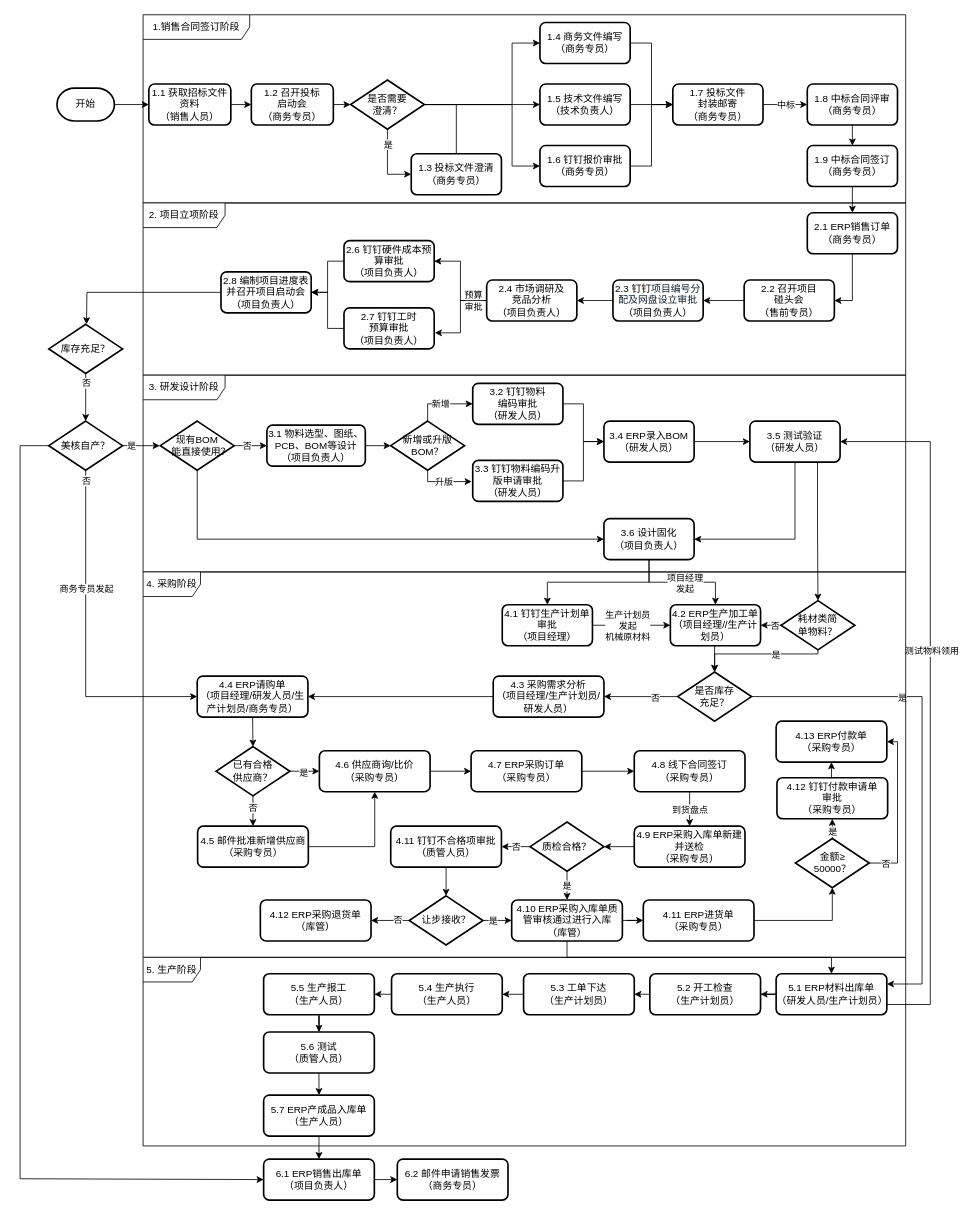
Above: 美核电气项目生产采购流程图.drawio in eltweiyao/app-diagrams (draw.io), before the change. Source tidied: cells renumbered, new cells numbered last; positions are measured from the earlier drawing's top-left corner, leaving out a move shared by most shapes. Both pictures are drawn from the tidied source at 82%, with x=0, y=0 at pixel (20, 14).
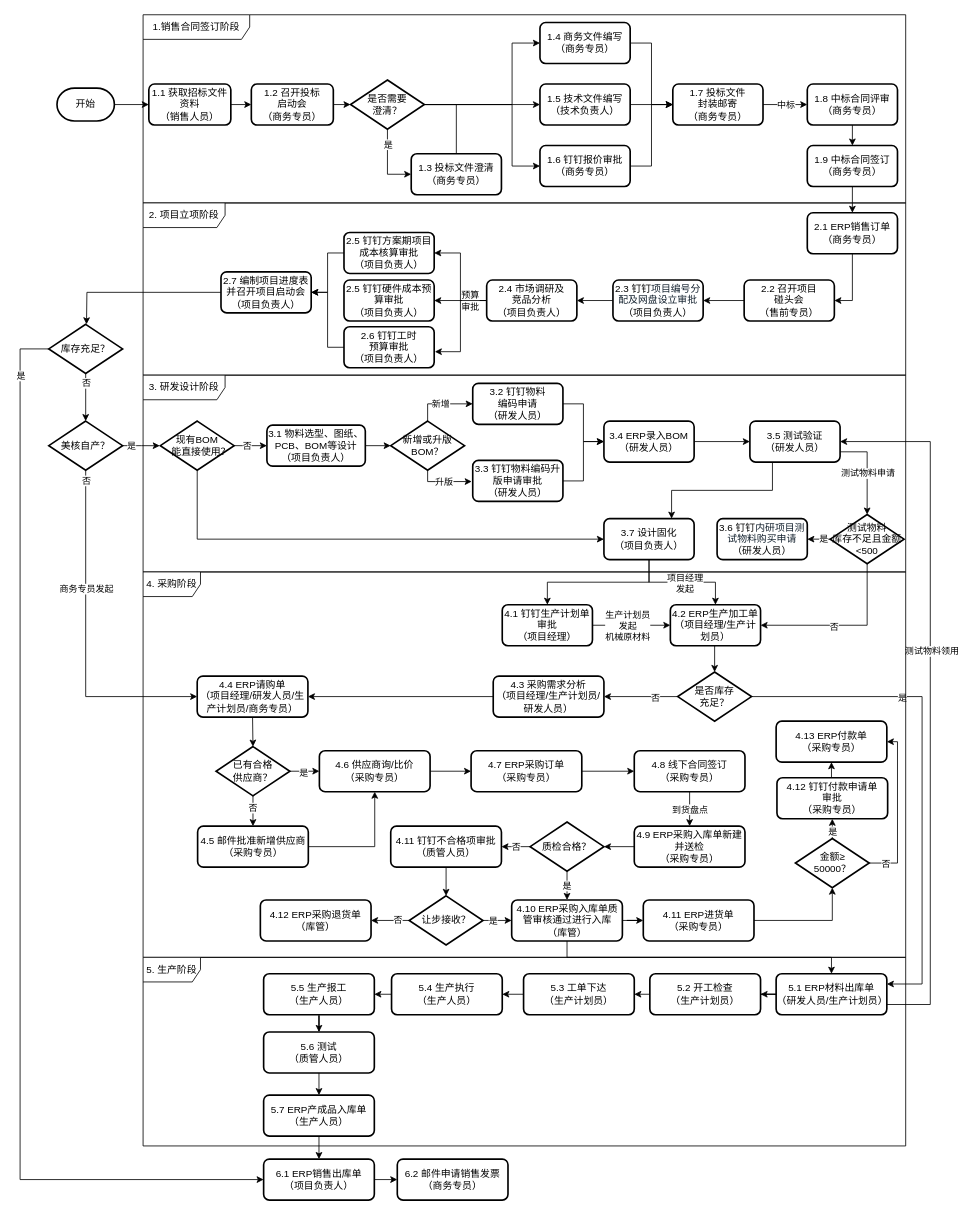
Above is the later version.

Commit message:
更新美核电气项目生产采购流程图.drawio

The change refers to these unchanged cells:
```xml
<mxCell id="25" value="2.4 市场调研及&lt;br&gt;竞品分析&lt;br&gt;（项目负责人）" style="rounded=1;whiteSpace=wrap;html=1;absoluteArcSize=1;arcSize=14;strokeWidth=2;" parent="1" vertex="1">
  <mxGeometry x="569" y="324" width="110" height="50" as="geometry" />
</mxCell>
<mxCell id="63" value="美核自产？" style="strokeWidth=2;html=1;shape=mxgraph.flowchart.decision;whiteSpace=wrap;" parent="1" vertex="1">
  <mxGeometry x="35" y="496" width="90" height="60" as="geometry" />
</mxCell>
<mxCell id="73" value="3.5 测试验证&lt;br&gt;（研发人员）" style="rounded=1;whiteSpace=wrap;html=1;absoluteArcSize=1;arcSize=14;strokeWidth=2;" parent="1" vertex="1">
  <mxGeometry x="890" y="496" width="110" height="50" as="geometry" />
</mxCell>
<mxCell id="74" value="库存充足？" style="strokeWidth=2;html=1;shape=mxgraph.flowchart.decision;whiteSpace=wrap;" parent="1" vertex="1">
  <mxGeometry x="35" y="378" width="90" height="60" as="geometry" />
</mxCell>
<mxCell id="79" value="6.1 ERP销售出库单&lt;br&gt;（项目负责人）" style="rounded=1;whiteSpace=wrap;html=1;absoluteArcSize=1;arcSize=14;strokeWidth=2;" parent="1" vertex="1">
  <mxGeometry x="297" y="1396" width="135" height="50" as="geometry" />
</mxCell>
<mxCell id="90" value="是否库存&lt;br&gt;充足？" style="strokeWidth=2;html=1;shape=mxgraph.flowchart.decision;whiteSpace=wrap;" parent="1" vertex="1">
  <mxGeometry x="802" y="802" width="90" height="60" as="geometry" />
</mxCell>
```

What changed in the source:
```diff
@@
+    <mxCell id="162" style="edgeStyle=orthogonalEdgeStyle;rounded=0;jettySize=auto;html=1;exitX=0;exitY=0.5;exitDx=0;exitDy=0;entryX=1;entryY=0.5;entryDx=0;entryDy=0;" parent="1" edge="1" source="25" target="164">
+      <mxGeometry relative="1" as="geometry" />
+    </mxCell>
@@
-    <mxCell id="34" value="2.8 编制项目进度表并召开项目启动会&lt;br&gt;（项目负责人）" style="rounded=1;whiteSpace=wrap;html=1;absoluteArcSize=1;arcSize=14;strokeWidth=2;" parent="1" vertex="1">
+    <mxCell id="34" value="2.7 编制项目进度表并召开项目启动会&lt;br&gt;（项目负责人）" style="rounded=1;whiteSpace=wrap;html=1;absoluteArcSize=1;arcSize=14;strokeWidth=2;" parent="1" vertex="1">
       <mxGeometry x="245" y="314" width="110" height="50" as="geometry" />
     </mxCell>
+    <mxCell id="163" style="edgeStyle=orthogonalEdgeStyle;rounded=0;jettySize=auto;html=1;exitX=0;exitY=0.5;exitDx=0;exitDy=0;entryX=1;entryY=0.5;entryDx=0;entryDy=0;" parent="1" edge="1" source="164" target="34">
+      <mxGeometry relative="1" as="geometry" />
+    </mxCell>
+    <mxCell id="164" value="2.5 钉钉方案期项目成本核算审批&lt;br&gt;（项目负责人）" style="rounded=1;whiteSpace=wrap;html=1;absoluteArcSize=1;arcSize=14;strokeWidth=2;" parent="1" vertex="1">
+      <mxGeometry x="395" y="266" width="110" height="50" as="geometry" />
+    </mxCell>
@@
-    <mxCell id="36" value="2.7 钉钉工时&lt;br&gt;预算审批&lt;br&gt;（项目负责人）" style="rounded=1;whiteSpace=wrap;html=1;absoluteArcSize=1;arcSize=14;strokeWidth=2;" parent="1" vertex="1">
-      <mxGeometry x="395" y="358" width="110" height="50" as="geometry" />
+    <mxCell id="36" value="2.6 钉钉工时&lt;br&gt;预算审批&lt;br&gt;（项目负责人）" style="rounded=1;whiteSpace=wrap;html=1;absoluteArcSize=1;arcSize=14;strokeWidth=2;" parent="1" vertex="1">
+      <mxGeometry x="395" y="381" width="110" height="50" as="geometry" />
     </mxCell>
@@
-    <mxCell id="43" value="3.2 钉钉物料&lt;br&gt;编码审批&lt;br&gt;（研发人员）" style="rounded=1;whiteSpace=wrap;html=1;absoluteArcSize=1;arcSize=14;strokeWidth=2;" parent="1" vertex="1">
+    <mxCell id="43" value="3.2 钉钉物料&lt;br&gt;编码申请&lt;br&gt;（研发人员）" style="rounded=1;whiteSpace=wrap;html=1;absoluteArcSize=1;arcSize=14;strokeWidth=2;" parent="1" vertex="1">
       <mxGeometry x="552" y="450" width="110" height="50" as="geometry" />
     </mxCell>
@@
-    <mxCell id="54" value="3.6 设计固化&lt;br&gt;（项目负责人）" style="rounded=1;whiteSpace=wrap;html=1;absoluteArcSize=1;arcSize=14;strokeWidth=2;" parent="1" vertex="1">
+    <mxCell id="54" value="3.7 设计固化&lt;br&gt;（项目负责人）" style="rounded=1;whiteSpace=wrap;html=1;absoluteArcSize=1;arcSize=14;strokeWidth=2;" parent="1" vertex="1">
       <mxGeometry x="712" y="615" width="110" height="50" as="geometry" />
     </mxCell>
@@
-    <mxCell id="62" style="edgeStyle=orthogonalEdgeStyle;rounded=0;jettySize=auto;html=1;exitX=0;exitY=0.5;exitDx=0;exitDy=0;exitPerimeter=0;entryX=0;entryY=0.5;entryDx=0;entryDy=0;" parent="1" edge="1" source="63" target="79">
-      <mxGeometry relative="1" as="geometry">
-        <Array as="points">
-          <mxPoint y="526" />
-          <mxPoint y="1420" />
-          <mxPoint x="297" y="1420" />
-        </Array>
-      </mxGeometry>
-    </mxCell>
@@
-    <mxCell id="72" style="edgeStyle=orthogonalEdgeStyle;rounded=0;jettySize=auto;html=1;exitX=0.5;exitY=1;exitDx=0;exitDy=0;entryX=1;entryY=0.5;entryDx=0;entryDy=0;" parent="1" edge="1" source="73" target="54">
+    <mxCell id="72" style="edgeStyle=orthogonalEdgeStyle;rounded=0;jettySize=auto;html=1;exitX=0.25;exitY=1;exitDx=0;exitDy=0;entryX=0.75;entryY=0;entryDx=0;entryDy=0;" parent="1" edge="1" source="73" target="54">
       <mxGeometry relative="1" as="geometry" />
     </mxCell>
@@
+    <mxCell id="165" style="edgeStyle=orthogonalEdgeStyle;rounded=0;jettySize=auto;html=1;exitX=0;exitY=0.5;exitDx=0;exitDy=0;exitPerimeter=0;entryX=0;entryY=0.5;entryDx=0;entryDy=0;" parent="1" edge="1" source="74" target="79">
+      <mxGeometry relative="1" as="geometry">
+        <Array as="points">
+          <mxPoint y="408" />
+          <mxPoint y="1421.1" />
+        </Array>
+      </mxGeometry>
+    </mxCell>
+    <mxCell id="166" value="是" style="edgeLabel;html=1;align=center;verticalAlign=middle;" parent="165" vertex="1">
+      <mxGeometry x="-0.9" relative="1" as="geometry" />
+    </mxCell>
@@
-    <mxCell id="83" value="4.2 ERP生产加工单&lt;br&gt;（项目经理//生产计划员）" style="rounded=1;whiteSpace=wrap;html=1;absoluteArcSize=1;arcSize=14;strokeWidth=2;" parent="1" vertex="1">
+    <mxCell id="83" value="4.2 ERP生产加工单&lt;br&gt;（项目经理/生产计划员）" style="rounded=1;whiteSpace=wrap;html=1;absoluteArcSize=1;arcSize=14;strokeWidth=2;" parent="1" vertex="1">
       <mxGeometry x="793" y="720" width="110" height="50" as="geometry" />
     </mxCell>
@@
-    <mxCell id="96" style="edgeStyle=orthogonalEdgeStyle;rounded=0;jettySize=auto;html=1;exitX=0;exitY=0.5;exitDx=0;exitDy=0;exitPerimeter=0;entryX=1;entryY=0.5;entryDx=0;entryDy=0;" parent="1" edge="1" source="98" target="83">
-      <mxGeometry relative="1" as="geometry" />
-    </mxCell>
-    <mxCell id="97" value="否" style="edgeLabel;html=1;align=center;verticalAlign=middle;" parent="96" vertex="1">
-      <mxGeometry x="-0.35" y="-1" relative="1" as="geometry">
-        <mxPoint y="1" as="offset" />
-      </mxGeometry>
-    </mxCell>
-    <mxCell id="98" value="耗材类简&lt;br&gt;单物料？" style="strokeWidth=2;html=1;shape=mxgraph.flowchart.decision;whiteSpace=wrap;" parent="1" vertex="1">
-      <mxGeometry x="928" y="715" width="90" height="60" as="geometry" />
-    </mxCell>
-    <mxCell id="99" style="edgeStyle=orthogonalEdgeStyle;rounded=0;jettySize=auto;html=1;exitX=0.75;exitY=1;exitDx=0;exitDy=0;entryX=0.5;entryY=0;entryDx=0;entryDy=0;entryPerimeter=0;" parent="1" edge="1" source="73" target="98">
-      <mxGeometry relative="1" as="geometry" />
-    </mxCell>
@@
-    <mxCell id="127" style="edgeStyle=orthogonalEdgeStyle;rounded=0;jettySize=auto;html=1;exitX=0.5;exitY=1;exitDx=0;exitDy=0;exitPerimeter=0;entryX=0.5;entryY=0;entryDx=0;entryDy=0;entryPerimeter=0;" parent="1" edge="1" source="98" target="90">
-      <mxGeometry relative="1" as="geometry">
-        <Array as="points">
-          <mxPoint x="973" y="780" />
-          <mxPoint x="847" y="780" />
-        </Array>
-      </mxGeometry>
-    </mxCell>
-    <mxCell id="128" value="是" style="edgeLabel;html=1;align=center;verticalAlign=middle;" parent="127" vertex="1">
-      <mxGeometry x="-0.25" relative="1" as="geometry" />
-    </mxCell>
@@
-    <mxCell id="132" style="edgeStyle=orthogonalEdgeStyle;rounded=0;jettySize=auto;html=1;exitX=0;exitY=0.5;exitDx=0;exitDy=0;entryX=1;entryY=0.5;entryDx=0;entryDy=0;" parent="1" edge="1" source="133" target="34">
-      <mxGeometry relative="1" as="geometry" />
-    </mxCell>
-    <mxCell id="133" value="2.6 钉钉硬件成本预算审批&lt;br&gt;（项目负责人）" style="rounded=1;whiteSpace=wrap;html=1;absoluteArcSize=1;arcSize=14;strokeWidth=2;" parent="1" vertex="1">
-      <mxGeometry x="395" y="276" width="110" height="50" as="geometry" />
+    <mxCell id="133" value="2.5 钉钉硬件成本预算审批&lt;br&gt;（项目负责人）" style="rounded=1;whiteSpace=wrap;html=1;absoluteArcSize=1;arcSize=14;strokeWidth=2;" parent="1" vertex="1">
+      <mxGeometry x="395" y="324" width="110" height="50" as="geometry" />
     </mxCell>
@@
+    <mxCell id="167" style="edgeStyle=orthogonalEdgeStyle;rounded=0;jettySize=auto;html=1;exitX=0;exitY=0.5;exitDx=0;exitDy=0;exitPerimeter=0;entryX=1;entryY=0.5;entryDx=0;entryDy=0;" parent="1" edge="1" source="169" target="172">
+      <mxGeometry relative="1" as="geometry" />
+    </mxCell>
+    <mxCell id="168" value="是" style="edgeLabel;html=1;align=center;verticalAlign=middle;" parent="167" vertex="1">
+      <mxGeometry x="-0.39" y="-1" relative="1" as="geometry" />
+    </mxCell>
+    <mxCell id="169" value="测试物料&lt;br&gt;库存不足且金额&amp;lt;500" style="strokeWidth=2;html=1;shape=mxgraph.flowchart.decision;whiteSpace=wrap;" parent="1" vertex="1">
+      <mxGeometry x="988" y="610" width="90" height="60" as="geometry" />
+    </mxCell>
+    <mxCell id="170" style="edgeStyle=orthogonalEdgeStyle;rounded=0;jettySize=auto;html=1;exitX=1;exitY=0.75;exitDx=0;exitDy=0;entryX=0.5;entryY=0;entryDx=0;entryDy=0;entryPerimeter=0;" parent="1" edge="1" source="73" target="169">
+      <mxGeometry relative="1" as="geometry" />
+    </mxCell>
+    <mxCell id="171" value="测试物料申请" style="edgeLabel;html=1;align=center;verticalAlign=middle;" parent="170" vertex="1">
+      <mxGeometry x="-0.17" relative="1" as="geometry">
+        <mxPoint y="14" as="offset" />
+      </mxGeometry>
+    </mxCell>
+    <mxCell id="172" value="3.6 钉钉&lt;span style=&quot;color: rgb(17, 31, 44); font-family: &amp;quot;PingFang SC&amp;quot;, &amp;quot;Microsoft Yahei&amp;quot;, 微软雅黑, &amp;quot;Lucida Grande&amp;quot;, &amp;quot;Lucida Sans Unicode&amp;quot;, Helvetica, Arial, Verdana, sans-serif; text-align: start; background-color: rgb(255, 255, 255);&quot;&gt;&lt;font&gt;内研项目测试物&lt;/font&gt;&lt;/span&gt;&lt;span style=&quot;color: rgb(17, 31, 44); font-family: &amp;quot;PingFang SC&amp;quot;, &amp;quot;Microsoft Yahei&amp;quot;, 微软雅黑, &amp;quot;Lucida Grande&amp;quot;, &amp;quot;Lucida Sans Unicode&amp;quot;, Helvetica, Arial, Verdana, sans-serif; text-align: start; background-color: rgb(255, 255, 255);&quot;&gt;&lt;font&gt;料购买申请&lt;/font&gt;&lt;/span&gt;&lt;br&gt;（研发人员）" style="rounded=1;whiteSpace=wrap;html=1;absoluteArcSize=1;arcSize=14;strokeWidth=2;" parent="1" vertex="1">
+      <mxGeometry x="850" y="615" width="110" height="50" as="geometry" />
+    </mxCell>
+    <mxCell id="173" style="edgeStyle=orthogonalEdgeStyle;rounded=0;jettySize=auto;html=1;exitX=0.5;exitY=1;exitDx=0;exitDy=0;exitPerimeter=0;entryX=1;entryY=0.5;entryDx=0;entryDy=0;" parent="1" edge="1" source="169" target="83">
+      <mxGeometry relative="1" as="geometry" />
+    </mxCell>
+    <mxCell id="97" value="否" style="edgeLabel;html=1;align=center;verticalAlign=middle;" parent="173" vertex="1">
+      <mxGeometry x="0.13" y="1" relative="1" as="geometry" />
+    </mxCell>
```
